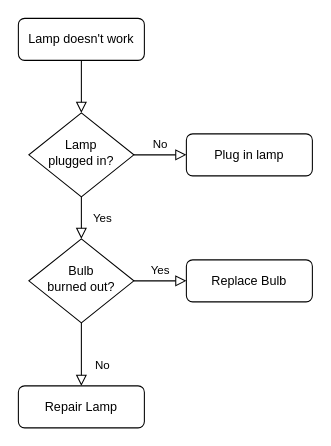
Above: img/Untitled Diagram.drawio in fgguo/jobseeker (draw.io), before the change. Source tidied: cells renumbered, new cells numbered last; positions are measured from the earlier drawing's top-left corner, leaving out a move shared by most shapes. Both pictures are drawn from the tidied source at 105%, with x=0, y=0 at pixel (18, 18).
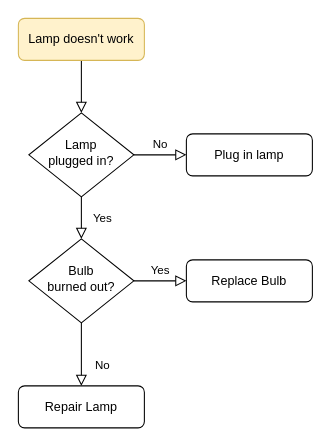
The same diagram, later.

Change to the diagram source:
```diff
@@
 <mxGraphModel>
   <root>
     <mxCell id="0" />
     <mxCell id="1" parent="0" />
     <mxCell id="2" style="rounded=0;html=1;jettySize=auto;fontSize=11;endArrow=block;endFill=0;endSize=8;strokeWidth=1;shadow=0;labelBackgroundColor=none;edgeStyle=orthogonalEdgeStyle;" parent="1" edge="1" source="3" target="6">
       <mxGeometry relative="1" as="geometry" />
     </mxCell>
-    <mxCell id="3" value="Lamp doesn't work" style="rounded=1;whiteSpace=wrap;html=1;fontSize=12;glass=0;strokeWidth=1;shadow=0;" parent="1" vertex="1">
+    <mxCell id="3" value="Lamp doesn't work" style="rounded=1;whiteSpace=wrap;html=1;fontSize=12;glass=0;strokeWidth=1;shadow=0;fillColor=#fff2cc;strokeColor=#d6b656;" parent="1" vertex="1">
       <mxGeometry width="120" height="40" as="geometry" />
     </mxCell>
     <mxCell id="4" value="Yes" style="rounded=0;html=1;jettySize=auto;fontSize=11;endArrow=block;endFill=0;endSize=8;strokeWidth=1;shadow=0;labelBackgroundColor=none;edgeStyle=orthogonalEdgeStyle;" parent="1" edge="1" source="6" target="10">
       <mxGeometry y="20" relative="1" as="geometry" />
     </mxCell>
     <mxCell id="5" value="No" style="edgeStyle=orthogonalEdgeStyle;rounded=0;html=1;jettySize=auto;fontSize=11;endArrow=block;endFill=0;endSize=8;strokeWidth=1;shadow=0;labelBackgroundColor=none;" parent="1" edge="1" source="6" target="7">
       <mxGeometry y="10" relative="1" as="geometry" />
     </mxCell>
     <mxCell id="6" value="Lamp&lt;br&gt;plugged in?" style="rhombus;whiteSpace=wrap;html=1;shadow=0;fontFamily=Helvetica;fontSize=12;align=center;strokeWidth=1;spacing=6;spacingTop=-4;" parent="1" vertex="1">
       <mxGeometry x="10" y="90" width="100" height="80" as="geometry" />
     </mxCell>
     <mxCell id="7" value="Plug in lamp" style="rounded=1;whiteSpace=wrap;html=1;fontSize=12;glass=0;strokeWidth=1;shadow=0;" parent="1" vertex="1">
       <mxGeometry x="160" y="110" width="120" height="40" as="geometry" />
     </mxCell>
     <mxCell id="8" value="No" style="rounded=0;html=1;jettySize=auto;fontSize=11;endArrow=block;endFill=0;endSize=8;strokeWidth=1;shadow=0;labelBackgroundColor=none;edgeStyle=orthogonalEdgeStyle;" parent="1" edge="1" source="10" target="11">
       <mxGeometry x="0.33" y="20" relative="1" as="geometry" />
     </mxCell>
     <mxCell id="9" value="Yes" style="edgeStyle=orthogonalEdgeStyle;rounded=0;html=1;jettySize=auto;fontSize=11;endArrow=block;endFill=0;endSize=8;strokeWidth=1;shadow=0;labelBackgroundColor=none;" parent="1" edge="1" source="10" target="12">
       <mxGeometry y="10" relative="1" as="geometry" />
     </mxCell>
     <mxCell id="10" value="Bulb&lt;br&gt;burned out?" style="rhombus;whiteSpace=wrap;html=1;shadow=0;fontFamily=Helvetica;fontSize=12;align=center;strokeWidth=1;spacing=6;spacingTop=-4;" parent="1" vertex="1">
       <mxGeometry x="10" y="210" width="100" height="80" as="geometry" />
     </mxCell>
     <mxCell id="11" value="Repair Lamp" style="rounded=1;whiteSpace=wrap;html=1;fontSize=12;glass=0;strokeWidth=1;shadow=0;" parent="1" vertex="1">
       <mxGeometry y="350" width="120" height="40" as="geometry" />
     </mxCell>
     <mxCell id="12" value="Replace Bulb" style="rounded=1;whiteSpace=wrap;html=1;fontSize=12;glass=0;strokeWidth=1;shadow=0;" parent="1" vertex="1">
       <mxGeometry x="160" y="230" width="120" height="40" as="geometry" />
     </mxCell>
   </root>
 </mxGraphModel>
```
